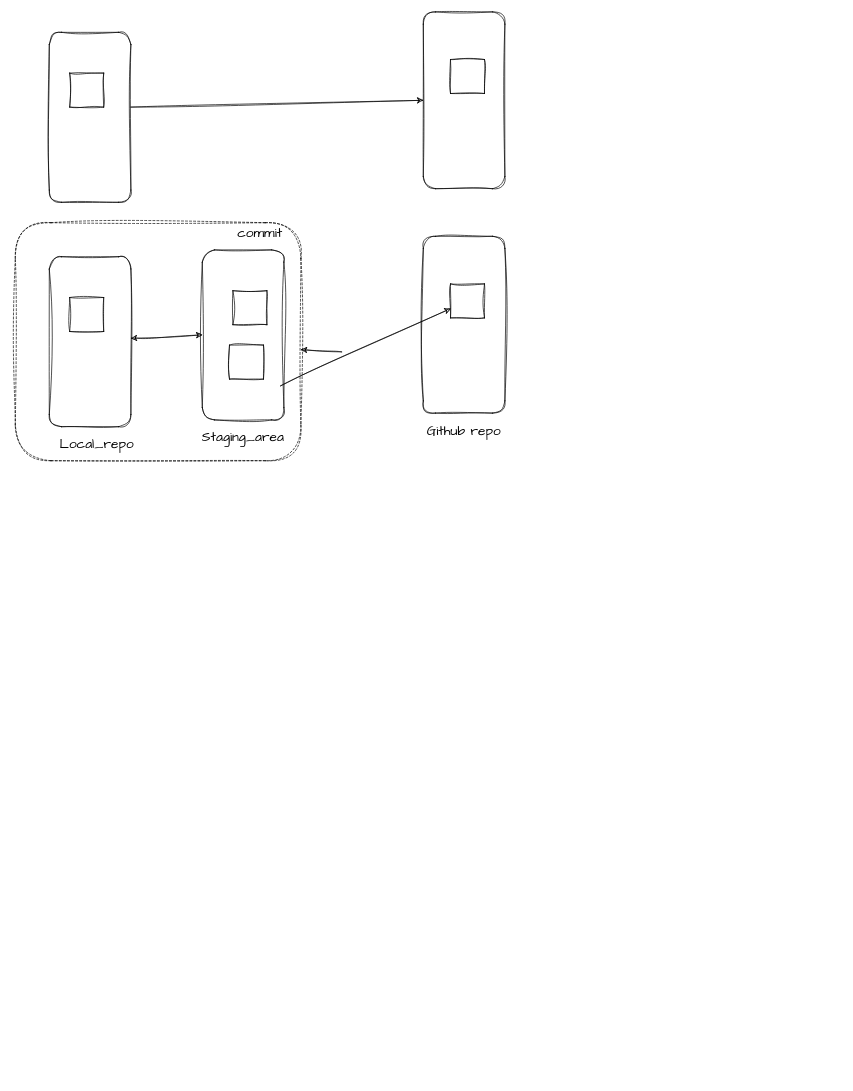
This is diagram.drawio from ehiughele/practical_git_walkthrough, a draw.io file, before an edit. Source tidied: cells renumbered, new cells numbered last; positions are measured from the earlier drawing's top-left corner, leaving out a move shared by most shapes. Both pictures are drawn from the tidied source at 68%, with x=0, y=0 at pixel (15, 12).
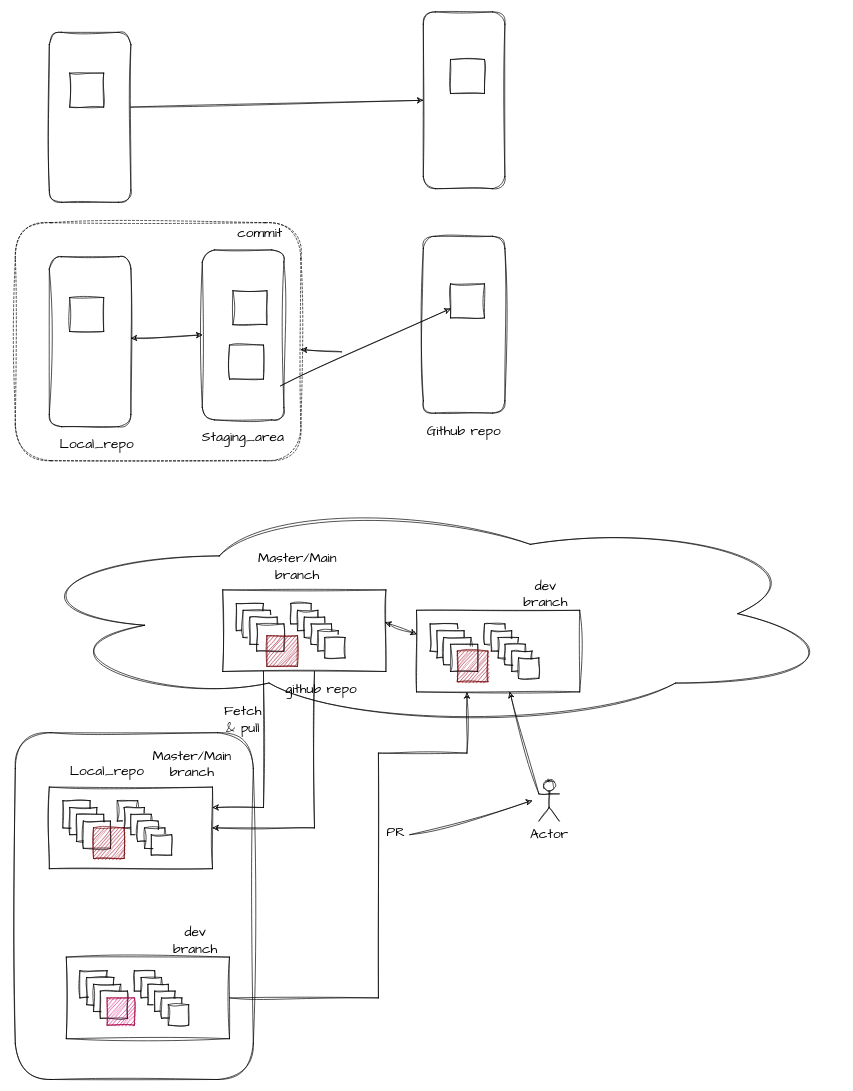
After the change.

Diff of the diagram source:
```diff
@@
+    <mxCell id="22" style="rounded=1;whiteSpace=wrap;html=1;sketch=1;hachureGap=4;jiggle=2;curveFitting=1;fontFamily=Architects Daughter;fontSize=20;" parent="1" vertex="1">
+      <mxGeometry y="1060" width="350" height="510" as="geometry" />
+    </mxCell>
@@
+    <mxCell id="23" style="group;" parent="1" vertex="1">
+      <mxGeometry x="305" y="850" width="910" height="205" as="geometry" />
+    </mxCell>
+    <mxCell id="24" style="ellipse;shape=cloud;whiteSpace=wrap;html=1;sketch=1;hachureGap=4;jiggle=2;curveFitting=1;fontFamily=Architects Daughter;fontSize=20;" parent="23" vertex="1">
+      <mxGeometry x="-310" y="-135" width="1220" height="340" as="geometry" />
+    </mxCell>
+    <mxCell id="25" style="rounded=0;whiteSpace=wrap;html=1;sketch=1;hachureGap=4;jiggle=2;curveFitting=1;fontFamily=Architects Daughter;fontSize=20;" parent="23" vertex="1">
+      <mxGeometry width="240" height="120" as="geometry" />
+    </mxCell>
+    <mxCell id="26" style="whiteSpace=wrap;html=1;sketch=1;hachureGap=4;jiggle=2;curveFitting=1;fontFamily=Architects Daughter;fontSize=20;" parent="23" vertex="1">
+      <mxGeometry x="20" y="20" width="40" height="40" as="geometry" />
+    </mxCell>
+    <mxCell id="27" style="whiteSpace=wrap;html=1;sketch=1;hachureGap=4;jiggle=2;curveFitting=1;fontFamily=Architects Daughter;fontSize=20;" parent="23" vertex="1">
+      <mxGeometry x="30" y="30" width="40" height="40" as="geometry" />
+    </mxCell>
+    <mxCell id="28" style="whiteSpace=wrap;html=1;sketch=1;hachureGap=4;jiggle=2;curveFitting=1;fontFamily=Architects Daughter;fontSize=20;" parent="23" vertex="1">
+      <mxGeometry x="40" y="40" width="40" height="40" as="geometry" />
+    </mxCell>
+    <mxCell id="29" style="whiteSpace=wrap;html=1;sketch=1;hachureGap=4;jiggle=2;curveFitting=1;fontFamily=Architects Daughter;fontSize=20;" parent="23" vertex="1">
+      <mxGeometry x="50" y="50" width="40" height="40" as="geometry" />
+    </mxCell>
+    <mxCell id="30" style="whiteSpace=wrap;html=1;sketch=1;hachureGap=4;jiggle=2;curveFitting=1;fontFamily=Architects Daughter;fontSize=20;" parent="23" vertex="1">
+      <mxGeometry x="100" y="20" width="30" height="30" as="geometry" />
+    </mxCell>
+    <mxCell id="31" style="whiteSpace=wrap;html=1;sketch=1;hachureGap=4;jiggle=2;curveFitting=1;fontFamily=Architects Daughter;fontSize=20;" parent="23" vertex="1">
+      <mxGeometry x="110" y="30" width="30" height="30" as="geometry" />
+    </mxCell>
+    <mxCell id="32" style="whiteSpace=wrap;html=1;sketch=1;hachureGap=4;jiggle=2;curveFitting=1;fontFamily=Architects Daughter;fontSize=20;" parent="23" vertex="1">
+      <mxGeometry x="120" y="40" width="30" height="30" as="geometry" />
+    </mxCell>
+    <mxCell id="33" style="whiteSpace=wrap;html=1;sketch=1;hachureGap=4;jiggle=2;curveFitting=1;fontFamily=Architects Daughter;fontSize=20;" parent="23" vertex="1">
+      <mxGeometry x="130" y="50" width="30" height="30" as="geometry" />
+    </mxCell>
+    <mxCell id="34" style="whiteSpace=wrap;html=1;sketch=1;hachureGap=4;jiggle=2;curveFitting=1;fontFamily=Architects Daughter;fontSize=20;" parent="23" vertex="1">
+      <mxGeometry x="140" y="60" width="30" height="30" as="geometry" />
+    </mxCell>
+    <mxCell id="35" style="whiteSpace=wrap;html=1;sketch=1;hachureGap=4;jiggle=2;curveFitting=1;fontFamily=Architects Daughter;fontSize=20;" parent="23" vertex="1">
+      <mxGeometry x="150" y="70" width="30" height="30" as="geometry" />
+    </mxCell>
+    <mxCell id="36" value="github repo" style="text;html=1;strokeColor=none;fillColor=none;align=center;verticalAlign=middle;whiteSpace=wrap;rounded=0;fontSize=20;fontFamily=Architects Daughter;" parent="23" vertex="1">
+      <mxGeometry x="70" y="130" width="150" height="30" as="geometry" />
+    </mxCell>
+    <mxCell id="37" value="Master/Main branch" style="text;html=1;strokeColor=none;fillColor=none;align=center;verticalAlign=middle;whiteSpace=wrap;rounded=0;fontSize=20;fontFamily=Architects Daughter;" parent="23" vertex="1">
+      <mxGeometry x="80" y="-50" width="60" height="30" as="geometry" />
+    </mxCell>
+    <mxCell id="38" style="rounded=0;whiteSpace=wrap;html=1;sketch=1;hachureGap=4;jiggle=2;curveFitting=1;fontFamily=Architects Daughter;fontSize=20;" parent="23" vertex="1">
+      <mxGeometry x="285" y="30" width="240" height="120" as="geometry" />
+    </mxCell>
+    <mxCell id="39" style="whiteSpace=wrap;html=1;sketch=1;hachureGap=4;jiggle=2;curveFitting=1;fontFamily=Architects Daughter;fontSize=20;" parent="23" vertex="1">
+      <mxGeometry x="305" y="50" width="40" height="40" as="geometry" />
+    </mxCell>
+    <mxCell id="40" style="whiteSpace=wrap;html=1;sketch=1;hachureGap=4;jiggle=2;curveFitting=1;fontFamily=Architects Daughter;fontSize=20;" parent="23" vertex="1">
+      <mxGeometry x="315" y="60" width="40" height="40" as="geometry" />
+    </mxCell>
+    <mxCell id="41" style="whiteSpace=wrap;html=1;sketch=1;hachureGap=4;jiggle=2;curveFitting=1;fontFamily=Architects Daughter;fontSize=20;" parent="23" vertex="1">
+      <mxGeometry x="325" y="70" width="40" height="40" as="geometry" />
+    </mxCell>
+    <mxCell id="42" style="whiteSpace=wrap;html=1;sketch=1;hachureGap=4;jiggle=2;curveFitting=1;fontFamily=Architects Daughter;fontSize=20;" parent="23" vertex="1">
+      <mxGeometry x="335" y="80" width="40" height="40" as="geometry" />
+    </mxCell>
+    <mxCell id="43" style="whiteSpace=wrap;html=1;sketch=1;hachureGap=4;jiggle=2;curveFitting=1;fontFamily=Architects Daughter;fontSize=20;fillColor=#a20025;strokeColor=#6F0000;fontColor=#ffffff;" parent="23" vertex="1">
+      <mxGeometry x="345" y="90" width="45" height="45" as="geometry" />
+    </mxCell>
+    <mxCell id="44" style="whiteSpace=wrap;html=1;sketch=1;hachureGap=4;jiggle=2;curveFitting=1;fontFamily=Architects Daughter;fontSize=20;" parent="23" vertex="1">
+      <mxGeometry x="385" y="50" width="30" height="30" as="geometry" />
+    </mxCell>
+    <mxCell id="45" style="whiteSpace=wrap;html=1;sketch=1;hachureGap=4;jiggle=2;curveFitting=1;fontFamily=Architects Daughter;fontSize=20;" parent="23" vertex="1">
+      <mxGeometry x="395" y="60" width="30" height="30" as="geometry" />
+    </mxCell>
+    <mxCell id="46" style="whiteSpace=wrap;html=1;sketch=1;hachureGap=4;jiggle=2;curveFitting=1;fontFamily=Architects Daughter;fontSize=20;" parent="23" vertex="1">
+      <mxGeometry x="405" y="70" width="30" height="30" as="geometry" />
+    </mxCell>
+    <mxCell id="47" style="whiteSpace=wrap;html=1;sketch=1;hachureGap=4;jiggle=2;curveFitting=1;fontFamily=Architects Daughter;fontSize=20;" parent="23" vertex="1">
+      <mxGeometry x="415" y="80" width="30" height="30" as="geometry" />
+    </mxCell>
+    <mxCell id="48" style="whiteSpace=wrap;html=1;sketch=1;hachureGap=4;jiggle=2;curveFitting=1;fontFamily=Architects Daughter;fontSize=20;" parent="23" vertex="1">
+      <mxGeometry x="425" y="90" width="30" height="30" as="geometry" />
+    </mxCell>
+    <mxCell id="49" style="whiteSpace=wrap;html=1;sketch=1;hachureGap=4;jiggle=2;curveFitting=1;fontFamily=Architects Daughter;fontSize=20;" parent="23" vertex="1">
+      <mxGeometry x="435" y="100" width="30" height="30" as="geometry" />
+    </mxCell>
+    <mxCell id="50" value="dev branch" style="text;html=1;strokeColor=none;fillColor=none;align=center;verticalAlign=middle;whiteSpace=wrap;rounded=0;fontSize=20;fontFamily=Architects Daughter;" parent="23" vertex="1">
+      <mxGeometry x="445" y="-10" width="60" height="30" as="geometry" />
+    </mxCell>
+    <mxCell id="51" style="endArrow=classic;startArrow=classic;html=1;rounded=0;sketch=1;hachureGap=4;jiggle=2;curveFitting=1;fontFamily=Architects Daughter;fontSize=16;exitX=0.996;exitY=0.397;exitDx=0;exitDy=0;exitPerimeter=0;" parent="23" edge="1" source="25">
+      <mxGeometry relative="1" as="geometry">
+        <mxPoint x="285" y="65" as="targetPoint" />
+      </mxGeometry>
+    </mxCell>
+    <mxCell id="52" style="whiteSpace=wrap;html=1;sketch=1;hachureGap=4;jiggle=2;curveFitting=1;fontFamily=Architects Daughter;fontSize=20;fillColor=#a20025;strokeColor=#6F0000;fontColor=#ffffff;" parent="23" vertex="1">
+      <mxGeometry x="65" y="67.5" width="45" height="45" as="geometry" />
+    </mxCell>
+    <mxCell id="53" value="Fetch &amp;amp; pull" style="text;html=1;strokeColor=none;fillColor=none;align=center;verticalAlign=middle;whiteSpace=wrap;rounded=0;fontSize=20;fontFamily=Architects Daughter;" parent="23" vertex="1">
+      <mxGeometry y="175" width="60" height="30" as="geometry" />
+    </mxCell>
+    <mxCell id="54" style="rounded=0;whiteSpace=wrap;html=1;sketch=1;hachureGap=4;jiggle=2;curveFitting=1;fontFamily=Architects Daughter;fontSize=20;" parent="1" vertex="1">
+      <mxGeometry x="50" y="1140" width="240" height="120" as="geometry" />
+    </mxCell>
+    <mxCell id="55" style="whiteSpace=wrap;html=1;sketch=1;hachureGap=4;jiggle=2;curveFitting=1;fontFamily=Architects Daughter;fontSize=20;" parent="1" vertex="1">
+      <mxGeometry x="70" y="1160" width="40" height="40" as="geometry" />
+    </mxCell>
+    <mxCell id="56" style="whiteSpace=wrap;html=1;sketch=1;hachureGap=4;jiggle=2;curveFitting=1;fontFamily=Architects Daughter;fontSize=20;" parent="1" vertex="1">
+      <mxGeometry x="80" y="1170" width="40" height="40" as="geometry" />
+    </mxCell>
+    <mxCell id="57" style="whiteSpace=wrap;html=1;sketch=1;hachureGap=4;jiggle=2;curveFitting=1;fontFamily=Architects Daughter;fontSize=20;" parent="1" vertex="1">
+      <mxGeometry x="90" y="1180" width="40" height="40" as="geometry" />
+    </mxCell>
+    <mxCell id="58" style="whiteSpace=wrap;html=1;sketch=1;hachureGap=4;jiggle=2;curveFitting=1;fontFamily=Architects Daughter;fontSize=20;" parent="1" vertex="1">
+      <mxGeometry x="100" y="1190" width="40" height="40" as="geometry" />
+    </mxCell>
+    <mxCell id="59" style="whiteSpace=wrap;html=1;sketch=1;hachureGap=4;jiggle=2;curveFitting=1;fontFamily=Architects Daughter;fontSize=20;" parent="1" vertex="1">
+      <mxGeometry x="150" y="1160" width="30" height="30" as="geometry" />
+    </mxCell>
+    <mxCell id="60" style="whiteSpace=wrap;html=1;sketch=1;hachureGap=4;jiggle=2;curveFitting=1;fontFamily=Architects Daughter;fontSize=20;" parent="1" vertex="1">
+      <mxGeometry x="160" y="1170" width="30" height="30" as="geometry" />
+    </mxCell>
+    <mxCell id="61" style="whiteSpace=wrap;html=1;sketch=1;hachureGap=4;jiggle=2;curveFitting=1;fontFamily=Architects Daughter;fontSize=20;" parent="1" vertex="1">
+      <mxGeometry x="170" y="1180" width="30" height="30" as="geometry" />
+    </mxCell>
+    <mxCell id="62" style="whiteSpace=wrap;html=1;sketch=1;hachureGap=4;jiggle=2;curveFitting=1;fontFamily=Architects Daughter;fontSize=20;" parent="1" vertex="1">
+      <mxGeometry x="180" y="1190" width="30" height="30" as="geometry" />
+    </mxCell>
+    <mxCell id="63" style="whiteSpace=wrap;html=1;sketch=1;hachureGap=4;jiggle=2;curveFitting=1;fontFamily=Architects Daughter;fontSize=20;" parent="1" vertex="1">
+      <mxGeometry x="190" y="1200" width="30" height="30" as="geometry" />
+    </mxCell>
+    <mxCell id="64" style="whiteSpace=wrap;html=1;sketch=1;hachureGap=4;jiggle=2;curveFitting=1;fontFamily=Architects Daughter;fontSize=20;" parent="1" vertex="1">
+      <mxGeometry x="200" y="1210" width="30" height="30" as="geometry" />
+    </mxCell>
+    <mxCell id="65" style="edgeStyle=orthogonalEdgeStyle;rounded=0;sketch=1;hachureGap=4;jiggle=2;curveFitting=1;jettySize=auto;html=1;entryX=1;entryY=0.5;entryDx=0;entryDy=0;fontFamily=Architects Daughter;fontSize=16;" parent="1" edge="1" source="25" target="54">
+      <mxGeometry relative="1" as="geometry">
+        <Array as="points">
+          <mxPoint x="440" y="1200" />
+        </Array>
+      </mxGeometry>
+    </mxCell>
+    <mxCell id="66" value="Local_repo" style="text;html=1;strokeColor=none;fillColor=none;align=center;verticalAlign=middle;whiteSpace=wrap;rounded=0;fontSize=20;fontFamily=Architects Daughter;" parent="1" vertex="1">
+      <mxGeometry x="60" y="1100" width="150" height="30" as="geometry" />
+    </mxCell>
+    <mxCell id="67" value="Master/Main branch" style="text;html=1;strokeColor=none;fillColor=none;align=center;verticalAlign=middle;whiteSpace=wrap;rounded=0;fontSize=20;fontFamily=Architects Daughter;" parent="1" vertex="1">
+      <mxGeometry x="230" y="1090" width="60" height="30" as="geometry" />
+    </mxCell>
+    <mxCell id="68" style="edgeStyle=orthogonalEdgeStyle;rounded=0;sketch=1;hachureGap=4;jiggle=2;curveFitting=1;jettySize=auto;html=1;entryX=0.309;entryY=1.007;entryDx=0;entryDy=0;entryPerimeter=0;fontFamily=Architects Daughter;fontSize=16;" parent="1" edge="1" source="69" target="38">
+      <mxGeometry relative="1" as="geometry">
+        <Array as="points">
+          <mxPoint x="534" y="1450" />
+          <mxPoint x="534" y="1090" />
+          <mxPoint x="664" y="1090" />
+        </Array>
+      </mxGeometry>
+    </mxCell>
+    <mxCell id="69" style="rounded=0;whiteSpace=wrap;html=1;sketch=1;hachureGap=4;jiggle=2;curveFitting=1;fontFamily=Architects Daughter;fontSize=20;" parent="1" vertex="1">
+      <mxGeometry x="75" y="1390" width="240" height="120" as="geometry" />
+    </mxCell>
+    <mxCell id="70" style="whiteSpace=wrap;html=1;sketch=1;hachureGap=4;jiggle=2;curveFitting=1;fontFamily=Architects Daughter;fontSize=20;" parent="1" vertex="1">
+      <mxGeometry x="95" y="1410" width="40" height="40" as="geometry" />
+    </mxCell>
+    <mxCell id="71" style="whiteSpace=wrap;html=1;sketch=1;hachureGap=4;jiggle=2;curveFitting=1;fontFamily=Architects Daughter;fontSize=20;" parent="1" vertex="1">
+      <mxGeometry x="105" y="1420" width="40" height="40" as="geometry" />
+    </mxCell>
+    <mxCell id="72" style="whiteSpace=wrap;html=1;sketch=1;hachureGap=4;jiggle=2;curveFitting=1;fontFamily=Architects Daughter;fontSize=20;" parent="1" vertex="1">
+      <mxGeometry x="115" y="1430" width="40" height="40" as="geometry" />
+    </mxCell>
+    <mxCell id="73" style="whiteSpace=wrap;html=1;sketch=1;hachureGap=4;jiggle=2;curveFitting=1;fontFamily=Architects Daughter;fontSize=20;" parent="1" vertex="1">
+      <mxGeometry x="125" y="1440" width="40" height="40" as="geometry" />
+    </mxCell>
+    <mxCell id="74" style="whiteSpace=wrap;html=1;sketch=1;hachureGap=4;jiggle=2;curveFitting=1;fontFamily=Architects Daughter;fontSize=20;fillColor=#d80073;fontColor=#ffffff;strokeColor=#A50040;" parent="1" vertex="1">
+      <mxGeometry x="135" y="1450" width="40" height="40" as="geometry" />
+    </mxCell>
+    <mxCell id="75" style="whiteSpace=wrap;html=1;sketch=1;hachureGap=4;jiggle=2;curveFitting=1;fontFamily=Architects Daughter;fontSize=20;" parent="1" vertex="1">
+      <mxGeometry x="175" y="1410" width="30" height="30" as="geometry" />
+    </mxCell>
+    <mxCell id="76" style="whiteSpace=wrap;html=1;sketch=1;hachureGap=4;jiggle=2;curveFitting=1;fontFamily=Architects Daughter;fontSize=20;" parent="1" vertex="1">
+      <mxGeometry x="185" y="1420" width="30" height="30" as="geometry" />
+    </mxCell>
+    <mxCell id="77" style="whiteSpace=wrap;html=1;sketch=1;hachureGap=4;jiggle=2;curveFitting=1;fontFamily=Architects Daughter;fontSize=20;" parent="1" vertex="1">
+      <mxGeometry x="195" y="1430" width="30" height="30" as="geometry" />
+    </mxCell>
+    <mxCell id="78" style="whiteSpace=wrap;html=1;sketch=1;hachureGap=4;jiggle=2;curveFitting=1;fontFamily=Architects Daughter;fontSize=20;" parent="1" vertex="1">
+      <mxGeometry x="205" y="1440" width="30" height="30" as="geometry" />
+    </mxCell>
+    <mxCell id="79" style="whiteSpace=wrap;html=1;sketch=1;hachureGap=4;jiggle=2;curveFitting=1;fontFamily=Architects Daughter;fontSize=20;" parent="1" vertex="1">
+      <mxGeometry x="215" y="1450" width="30" height="30" as="geometry" />
+    </mxCell>
+    <mxCell id="80" style="whiteSpace=wrap;html=1;sketch=1;hachureGap=4;jiggle=2;curveFitting=1;fontFamily=Architects Daughter;fontSize=20;" parent="1" vertex="1">
+      <mxGeometry x="225" y="1460" width="30" height="30" as="geometry" />
+    </mxCell>
+    <mxCell id="81" value="dev branch" style="text;html=1;strokeColor=none;fillColor=none;align=center;verticalAlign=middle;whiteSpace=wrap;rounded=0;fontSize=20;fontFamily=Architects Daughter;" parent="1" vertex="1">
+      <mxGeometry x="235" y="1350" width="60" height="30" as="geometry" />
+    </mxCell>
+    <mxCell id="82" value="PR" style="text;html=1;strokeColor=none;fillColor=none;align=center;verticalAlign=middle;whiteSpace=wrap;rounded=0;fontSize=20;fontFamily=Architects Daughter;" parent="1" vertex="1">
+      <mxGeometry x="530" y="1190" width="60" height="30" as="geometry" />
+    </mxCell>
+    <mxCell id="83" value="Actor" style="shape=umlActor;verticalLabelPosition=bottom;verticalAlign=top;html=1;outlineConnect=0;sketch=1;hachureGap=4;jiggle=2;curveFitting=1;fontFamily=Architects Daughter;fontSize=20;" parent="1" vertex="1">
+      <mxGeometry x="770" y="1130" width="30" height="60" as="geometry" />
+    </mxCell>
+    <mxCell id="84" style="endArrow=classic;html=1;rounded=0;sketch=1;hachureGap=4;jiggle=2;curveFitting=1;fontFamily=Architects Daughter;fontSize=16;" parent="1" edge="1">
+      <mxGeometry relative="1" as="geometry">
+        <mxPoint x="580" y="1210" as="sourcePoint" />
+        <mxPoint x="760" y="1160" as="targetPoint" />
+      </mxGeometry>
+    </mxCell>
+    <mxCell id="85" style="endArrow=classic;html=1;rounded=0;sketch=1;hachureGap=4;jiggle=2;curveFitting=1;fontFamily=Architects Daughter;fontSize=16;exitX=0;exitY=0.3333333333333333;exitDx=0;exitDy=0;exitPerimeter=0;" parent="1" edge="1" source="83" target="38">
+      <mxGeometry relative="1" as="geometry" />
+    </mxCell>
+    <mxCell id="86" style="edgeStyle=orthogonalEdgeStyle;rounded=0;sketch=1;hachureGap=4;jiggle=2;curveFitting=1;jettySize=auto;html=1;exitX=0.25;exitY=1;exitDx=0;exitDy=0;fontFamily=Architects Daughter;fontSize=16;" parent="1" edge="1" source="25" target="54">
+      <mxGeometry relative="1" as="geometry">
+        <Array as="points">
+          <mxPoint x="365" y="1170" />
+        </Array>
+      </mxGeometry>
+    </mxCell>
+    <mxCell id="87" style="whiteSpace=wrap;html=1;sketch=1;hachureGap=4;jiggle=2;curveFitting=1;fontFamily=Architects Daughter;fontSize=20;fillColor=#a20025;strokeColor=#6F0000;fontColor=#ffffff;" parent="1" vertex="1">
+      <mxGeometry x="115" y="1200" width="45" height="45" as="geometry" />
+    </mxCell>
```
